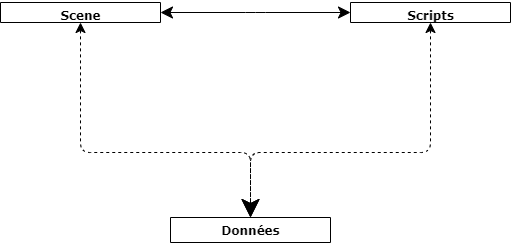
Above: Images/Architecture.png in WriteInGesturesProject/docs (draw.io), before the change. Source tidied: cells renumbered, new cells last; positions are measured from the earlier drawing's top-left corner, leaving out a move shared by most shapes. Source of this version:
```xml
<mxGraphModel background="#ffffff">
  <root>
    <mxCell id="0" />
    <mxCell id="1" parent="0" />
    <mxCell id="2" style="edgeStyle=elbowEdgeStyle;html=1;labelBackgroundColor=none;startFill=1;startSize=8;endArrow=classic;endFill=1;endSize=16;fontFamily=Verdana;fontSize=12;elbow=vertical;dashed=1;startArrow=classic;" parent="1" edge="1" source="7" target="5">
      <mxGeometry relative="1" as="geometry">
        <Array as="points">
          <mxPoint x="250" y="150" />
          <mxPoint x="330" y="150" />
          <mxPoint x="290" y="150" />
          <mxPoint x="290" y="200" />
          <mxPoint x="300" y="200" />
        </Array>
      </mxGeometry>
    </mxCell>
    <mxCell id="3" style="edgeStyle=elbowEdgeStyle;html=1;labelBackgroundColor=none;startFill=1;startSize=10;endArrow=classic;endFill=1;endSize=10;fontFamily=Verdana;fontSize=12;elbow=vertical;startArrow=classic;targetPerimeterSpacing=0;" parent="1" edge="1" source="6" target="7">
      <mxGeometry relative="1" as="geometry" />
    </mxCell>
    <mxCell id="4" style="edgeStyle=elbowEdgeStyle;html=1;labelBackgroundColor=none;startFill=1;startSize=8;endArrow=classic;endFill=1;endSize=16;fontFamily=Verdana;fontSize=12;elbow=vertical;dashed=1;startArrow=classic;entryX=0.5;entryY=0;entryDx=0;entryDy=0;exitX=0.5;exitY=1;exitDx=0;exitDy=0;" parent="1" edge="1" source="6" target="5">
      <mxGeometry relative="1" as="geometry">
        <Array as="points">
          <mxPoint x="220" y="150" />
          <mxPoint x="240" y="170" />
          <mxPoint x="230" y="150" />
          <mxPoint x="230" y="200" />
          <mxPoint x="300" y="210" />
          <mxPoint x="310" y="210" />
        </Array>
      </mxGeometry>
    </mxCell>
    <mxCell id="5" value="Données" style="swimlane;html=1;fontStyle=1;align=center;verticalAlign=top;horizontal=1;startSize=26;swimlaneFillColor=#ffffff;rounded=0;shadow=0;comic=0;labelBackgroundColor=none;strokeWidth=1;fillColor=none;fontFamily=Verdana;fontSize=12;" parent="1" vertex="1">
      <mxGeometry x="170" y="215" width="160" height="25" as="geometry" />
    </mxCell>
    <mxCell id="6" value="Scene" style="swimlane;html=1;fontStyle=1;align=center;verticalAlign=top;horizontal=1;startSize=26;swimlaneFillColor=#ffffff;rounded=0;shadow=0;comic=0;labelBackgroundColor=none;strokeWidth=1;fillColor=none;fontFamily=Verdana;fontSize=12;" parent="1" vertex="1">
      <mxGeometry width="160" height="20" as="geometry" />
    </mxCell>
    <mxCell id="7" value="Scripts" style="swimlane;html=1;fontStyle=1;align=center;verticalAlign=top;horizontal=1;startSize=26;swimlaneFillColor=#ffffff;rounded=0;shadow=0;comic=0;labelBackgroundColor=none;strokeWidth=1;fillColor=none;fontFamily=Verdana;fontSize=12;" parent="1" vertex="1">
      <mxGeometry x="350" width="160" height="20" as="geometry" />
    </mxCell>
  </root>
</mxGraphModel>
```
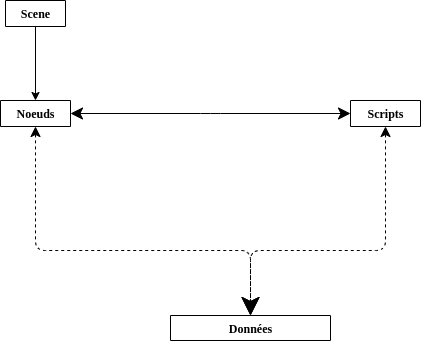
After the commit.

The edit, as a diff of the source:
```diff
@@ -13,10 +13,10 @@
         </Array>
       </mxGeometry>
     </mxCell>
-    <mxCell id="3" style="edgeStyle=elbowEdgeStyle;html=1;labelBackgroundColor=none;startFill=1;startSize=10;endArrow=classic;endFill=1;endSize=10;fontFamily=Verdana;fontSize=12;elbow=vertical;startArrow=classic;targetPerimeterSpacing=0;" parent="1" edge="1" source="6" target="7">
+    <mxCell id="3" style="edgeStyle=elbowEdgeStyle;html=1;labelBackgroundColor=none;startFill=1;startSize=10;endArrow=classic;endFill=1;endSize=10;fontFamily=Verdana;fontSize=12;elbow=vertical;startArrow=classic;targetPerimeterSpacing=0;exitX=1;exitY=0.5;exitDx=0;exitDy=0;entryX=0;entryY=0.5;entryDx=0;entryDy=0;" parent="1" edge="1" source="8" target="7">
       <mxGeometry relative="1" as="geometry" />
     </mxCell>
-    <mxCell id="4" style="edgeStyle=elbowEdgeStyle;html=1;labelBackgroundColor=none;startFill=1;startSize=8;endArrow=classic;endFill=1;endSize=16;fontFamily=Verdana;fontSize=12;elbow=vertical;dashed=1;startArrow=classic;entryX=0.5;entryY=0;entryDx=0;entryDy=0;exitX=0.5;exitY=1;exitDx=0;exitDy=0;" parent="1" edge="1" source="6" target="5">
+    <mxCell id="4" style="edgeStyle=elbowEdgeStyle;html=1;labelBackgroundColor=none;startFill=1;startSize=8;endArrow=classic;endFill=1;endSize=16;fontFamily=Verdana;fontSize=12;elbow=vertical;dashed=1;startArrow=classic;entryX=0.5;entryY=0;entryDx=0;entryDy=0;exitX=0.5;exitY=1;exitDx=0;exitDy=0;" parent="1" edge="1" source="8" target="5">
       <mxGeometry relative="1" as="geometry">
         <Array as="points">
           <mxPoint x="220" y="150" />
@@ -31,11 +31,17 @@
     <mxCell id="5" value="Données" style="swimlane;html=1;fontStyle=1;align=center;verticalAlign=top;horizontal=1;startSize=26;swimlaneFillColor=#ffffff;rounded=0;shadow=0;comic=0;labelBackgroundColor=none;strokeWidth=1;fillColor=none;fontFamily=Verdana;fontSize=12;" parent="1" vertex="1">
       <mxGeometry x="170" y="215" width="160" height="25" as="geometry" />
     </mxCell>
+    <mxCell id="7" value="Scripts" style="swimlane;html=1;fontStyle=1;align=center;verticalAlign=top;horizontal=1;startSize=26;swimlaneFillColor=#ffffff;rounded=0;shadow=0;comic=0;labelBackgroundColor=none;strokeWidth=1;fillColor=none;fontFamily=Verdana;fontSize=12;" parent="1" vertex="1" collapsed="1">
+      <mxGeometry x="350" width="70" height="26" as="geometry" />
+    </mxCell>
+    <mxCell id="8" value="Noeuds" style="swimlane;html=1;fontStyle=1;align=center;verticalAlign=top;horizontal=1;startSize=26;swimlaneFillColor=#ffffff;rounded=0;shadow=0;comic=0;labelBackgroundColor=none;strokeWidth=1;fillColor=none;fontFamily=Verdana;fontSize=12;" parent="1" vertex="1" collapsed="1">
+      <mxGeometry width="70" height="26" as="geometry" />
+    </mxCell>
+    <mxCell id="9" style="edgeStyle=orthogonalEdgeStyle;rounded=0;jettySize=auto;html=1;entryX=0.5;entryY=0;entryDx=0;entryDy=0;" parent="1" edge="1" source="6" target="8">
+      <mxGeometry relative="1" as="geometry" />
+    </mxCell>
-    <mxCell id="6" value="Scene" style="swimlane;html=1;fontStyle=1;align=center;verticalAlign=top;horizontal=1;startSize=26;swimlaneFillColor=#ffffff;rounded=0;shadow=0;comic=0;labelBackgroundColor=none;strokeWidth=1;fillColor=none;fontFamily=Verdana;fontSize=12;" parent="1" vertex="1">
-      <mxGeometry width="160" height="20" as="geometry" />
+    <mxCell id="6" value="Scene" style="swimlane;html=1;fontStyle=1;align=center;verticalAlign=top;horizontal=1;startSize=26;swimlaneFillColor=#ffffff;rounded=0;shadow=0;comic=0;labelBackgroundColor=none;strokeWidth=1;fillColor=none;fontFamily=Verdana;fontSize=12;" parent="1" vertex="1" collapsed="1">
+      <mxGeometry x="5" y="-100" width="60" height="26" as="geometry" />
     </mxCell>
-    <mxCell id="7" value="Scripts" style="swimlane;html=1;fontStyle=1;align=center;verticalAlign=top;horizontal=1;startSize=26;swimlaneFillColor=#ffffff;rounded=0;shadow=0;comic=0;labelBackgroundColor=none;strokeWidth=1;fillColor=none;fontFamily=Verdana;fontSize=12;" parent="1" vertex="1">
-      <mxGeometry x="350" width="160" height="20" as="geometry" />
-    </mxCell>
   </root>
 </mxGraphModel>
```
